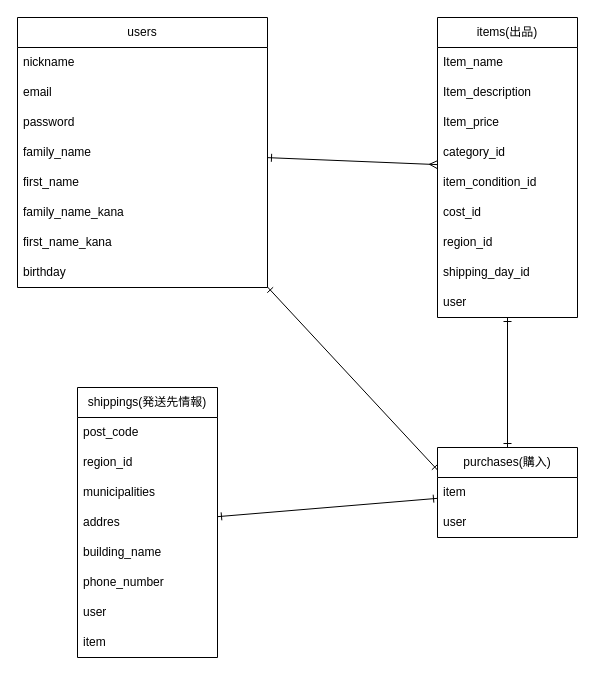
Before: furima.drawio in Kenyy0804/furima-40392, a draw.io diagram. Source tidied: cells renumbered, new cells numbered last; positions are measured from the earlier drawing's top-left corner, leaving out a move shared by most shapes. Both pictures are drawn from the tidied source at 100%, with x=0, y=0 at pixel (17, 17).
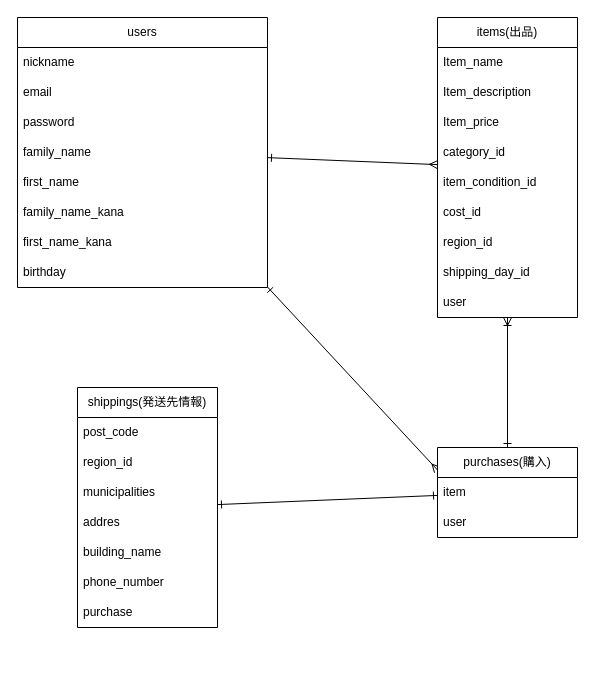
The same page after the edit.

Commit message (it also covers changes not shown here):
DB設計の修正５

Unchanged cells that the change refers to:
```xml
<mxCell id="3" value="users" style="swimlane;fontStyle=0;horizontal=1;startSize=30;whiteSpace=wrap;html=1;" parent="1" vertex="1">
  <mxGeometry width="250" height="270" as="geometry" />
</mxCell>
<mxCell id="21" value="user" style="text;strokeColor=none;fillColor=none;align=left;verticalAlign=middle;spacingLeft=4;spacingRight=4;overflow=hidden;points=[[0,0.5],[1,0.5]];portConstraint=eastwest;whiteSpace=wrap;html=1;" parent="12" vertex="1">
  <mxGeometry y="270" width="140" height="30" as="geometry" />
</mxCell>
<mxCell id="23" value="purchases(購入)" style="swimlane;fontStyle=0;horizontal=1;startSize=30;whiteSpace=wrap;html=1;" parent="1" vertex="1">
  <mxGeometry x="420" y="430" width="140" height="90" as="geometry" />
</mxCell>
```

The edit, as a diff of the source:
```diff
@@
-    <mxCell id="22" style="edgeStyle=none;html=1;exitX=0;exitY=0.25;exitDx=0;exitDy=0;startArrow=ERone;startFill=0;endArrow=ERone;endFill=0;" parent="1" edge="1" source="23" target="3">
+    <mxCell id="22" style="edgeStyle=none;html=1;exitX=0;exitY=0.25;exitDx=0;exitDy=0;startArrow=ERmany;startFill=0;endArrow=ERone;endFill=0;" parent="1" edge="1" source="23" target="3">
       <mxGeometry relative="1" as="geometry" />
     </mxCell>
@@
     <mxCell id="26" value="shippings(発送先情報)" style="swimlane;fontStyle=0;horizontal=1;startSize=30;whiteSpace=wrap;html=1;" parent="1" vertex="1">
-      <mxGeometry x="60" y="370" width="140" height="270" as="geometry" />
+      <mxGeometry x="60" y="370" width="140" height="240" as="geometry" />
     </mxCell>
@@
-    <mxCell id="33" value="user" style="text;strokeColor=none;fillColor=none;align=left;verticalAlign=middle;spacingLeft=4;spacingRight=4;overflow=hidden;whiteSpace=wrap;html=1;" parent="26" vertex="1">
+    <mxCell id="33" value="purchase" style="text;strokeColor=none;fillColor=none;align=left;verticalAlign=middle;spacingLeft=4;spacingRight=4;overflow=hidden;whiteSpace=wrap;html=1;" parent="26" vertex="1">
       <mxGeometry y="210" width="140" height="30" as="geometry" />
     </mxCell>
-    <mxCell id="34" value="item" style="text;strokeColor=none;fillColor=none;align=left;verticalAlign=middle;spacingLeft=4;spacingRight=4;overflow=hidden;whiteSpace=wrap;html=1;" parent="26" vertex="1">
-      <mxGeometry y="240" width="140" height="30" as="geometry" />
-    </mxCell>
-    <mxCell id="35" style="edgeStyle=none;html=1;entryX=0.5;entryY=0;entryDx=0;entryDy=0;endArrow=ERone;endFill=0;startArrow=ERone;startFill=0;" parent="1" edge="1" source="21" target="23">
-      <mxGeometry relative="1" as="geometry" />
+    <mxCell id="35" style="edgeStyle=none;html=1;entryX=0.5;entryY=0;entryDx=0;entryDy=0;endArrow=ERone;endFill=0;startArrow=ERoneToMany;startFill=0;" parent="1" edge="1" target="23">
+      <mxGeometry relative="1" as="geometry">
+        <mxPoint x="490" y="300" as="sourcePoint" />
+      </mxGeometry>
     </mxCell>
```
